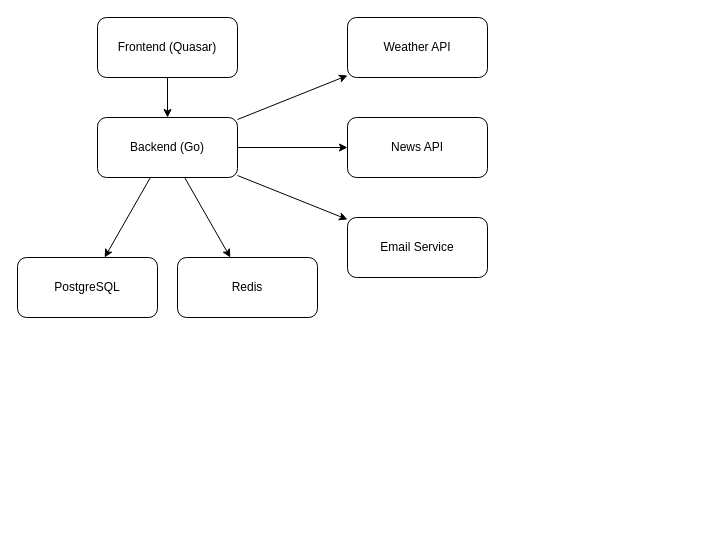
This is engineering/drawio/ArchitectureDiagram.drawio from swyss/NestFusion, a draw.io file, before an edit. Source tidied: cells renumbered, new cells numbered last; positions are measured from the earlier drawing's top-left corner, leaving out a move shared by most shapes. Both pictures are drawn from the tidied source at 100%, with x=0, y=0 at pixel (17, 17).
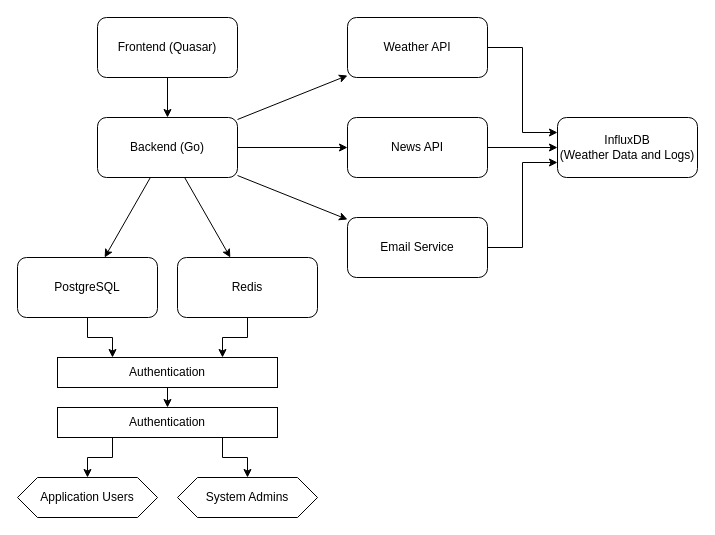
Above is the later version.

The change refers to these unchanged cells:
```xml
<mxCell id="4" value="PostgreSQL" style="rounded=1;whiteSpace=wrap;html=1;" parent="1" vertex="1">
  <mxGeometry y="240" width="140" height="60" as="geometry" />
</mxCell>
<mxCell id="5" value="Redis" style="rounded=1;whiteSpace=wrap;html=1;" parent="1" vertex="1">
  <mxGeometry x="160" y="240" width="140" height="60" as="geometry" />
</mxCell>
<mxCell id="6" value="Weather API" style="rounded=1;whiteSpace=wrap;html=1;" parent="1" vertex="1">
  <mxGeometry x="330" width="140" height="60" as="geometry" />
</mxCell>
<mxCell id="7" value="News API" style="rounded=1;whiteSpace=wrap;html=1;" parent="1" vertex="1">
  <mxGeometry x="330" y="100" width="140" height="60" as="geometry" />
</mxCell>
<mxCell id="8" value="Email Service" style="rounded=1;whiteSpace=wrap;html=1;" parent="1" vertex="1">
  <mxGeometry x="330" y="200" width="140" height="60" as="geometry" />
</mxCell>
```

The edit, as a diff of the source:
```diff
@@
+    <mxCell id="15" style="edgeStyle=orthogonalEdgeStyle;rounded=0;jettySize=auto;html=1;exitX=0.5;exitY=1;exitDx=0;exitDy=0;entryX=0.25;entryY=0;entryDx=0;entryDy=0;" parent="1" edge="1" source="4" target="21">
+      <mxGeometry relative="1" as="geometry" />
+    </mxCell>
@@
+    <mxCell id="16" style="edgeStyle=orthogonalEdgeStyle;rounded=0;jettySize=auto;html=1;exitX=0.5;exitY=1;exitDx=0;exitDy=0;entryX=0.75;entryY=0;entryDx=0;entryDy=0;" parent="1" edge="1" source="5" target="21">
+      <mxGeometry relative="1" as="geometry" />
+    </mxCell>
@@
+    <mxCell id="17" style="edgeStyle=orthogonalEdgeStyle;rounded=0;jettySize=auto;html=1;exitX=1;exitY=0.5;exitDx=0;exitDy=0;entryX=0;entryY=0.25;entryDx=0;entryDy=0;" parent="1" edge="1" source="6" target="27">
+      <mxGeometry relative="1" as="geometry" />
+    </mxCell>
@@
+    <mxCell id="18" style="edgeStyle=orthogonalEdgeStyle;rounded=0;jettySize=auto;html=1;exitX=1;exitY=0.5;exitDx=0;exitDy=0;entryX=0;entryY=0.5;entryDx=0;entryDy=0;" parent="1" edge="1" source="7" target="27">
+      <mxGeometry relative="1" as="geometry" />
+    </mxCell>
@@
+    <mxCell id="19" style="edgeStyle=orthogonalEdgeStyle;rounded=0;jettySize=auto;html=1;exitX=1;exitY=0.5;exitDx=0;exitDy=0;entryX=0;entryY=0.75;entryDx=0;entryDy=0;" parent="1" edge="1" source="8" target="27">
+      <mxGeometry relative="1" as="geometry" />
+    </mxCell>
@@
+    <mxCell id="20" style="edgeStyle=orthogonalEdgeStyle;rounded=0;jettySize=auto;html=1;exitX=0.5;exitY=1;exitDx=0;exitDy=0;entryX=0.5;entryY=0;entryDx=0;entryDy=0;" parent="1" edge="1" source="21" target="24">
+      <mxGeometry relative="1" as="geometry" />
+    </mxCell>
+    <mxCell id="21" value="Authentication" style="rounded=0;whiteSpace=wrap;html=1;" parent="1" vertex="1">
+      <mxGeometry x="40" y="340" width="220" height="30" as="geometry" />
+    </mxCell>
+    <mxCell id="22" style="edgeStyle=orthogonalEdgeStyle;rounded=0;jettySize=auto;html=1;exitX=0.25;exitY=1;exitDx=0;exitDy=0;entryX=0.5;entryY=0;entryDx=0;entryDy=0;" parent="1" edge="1" source="24" target="25">
+      <mxGeometry relative="1" as="geometry" />
+    </mxCell>
+    <mxCell id="23" style="edgeStyle=orthogonalEdgeStyle;rounded=0;jettySize=auto;html=1;exitX=0.75;exitY=1;exitDx=0;exitDy=0;entryX=0.5;entryY=0;entryDx=0;entryDy=0;" parent="1" edge="1" source="24" target="26">
+      <mxGeometry relative="1" as="geometry" />
+    </mxCell>
+    <mxCell id="24" value="Authentication" style="rounded=0;whiteSpace=wrap;html=1;" parent="1" vertex="1">
+      <mxGeometry x="40" y="390" width="220" height="30" as="geometry" />
+    </mxCell>
+    <mxCell id="25" value="Application Users" style="shape=hexagon;perimeter=hexagonPerimeter2;whiteSpace=wrap;html=1;fixedSize=1;" parent="1" vertex="1">
+      <mxGeometry y="460" width="140" height="40" as="geometry" />
+    </mxCell>
+    <mxCell id="26" value="System Admins" style="shape=hexagon;perimeter=hexagonPerimeter2;whiteSpace=wrap;html=1;fixedSize=1;" parent="1" vertex="1">
+      <mxGeometry x="160" y="460" width="140" height="40" as="geometry" />
+    </mxCell>
+    <mxCell id="27" value="InfluxDB&lt;br&gt;(Weather Data and Logs) " style="rounded=1;whiteSpace=wrap;html=1;" parent="1" vertex="1">
+      <mxGeometry x="540" y="100" width="140" height="60" as="geometry" />
+    </mxCell>
```
